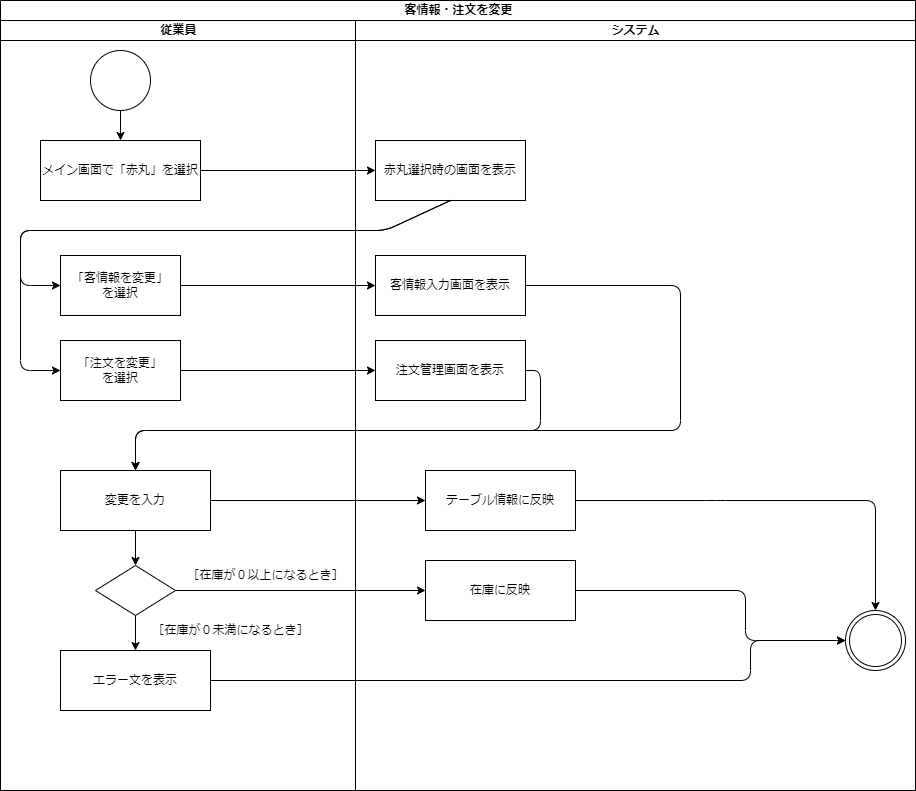
This is psp4/アクティビティ図/アクティビティ図_情報変更.drawio.png from MasakiHiguchi/---, a draw.io export, as it was before one commit. Source tidied: cells renumbered, new cells last; positions are measured from the earlier drawing's top-left corner, leaving out a move shared by most shapes. The source it was exported from:
```xml
<mxGraphModel>
  <root>
    <mxCell id="0" />
    <mxCell id="1" parent="0" />
    <mxCell id="2" value="客情報・注文を変更" style="swimlane;startSize=20;html=1;" parent="1" vertex="1">
      <mxGeometry width="915" height="790" as="geometry" />
    </mxCell>
    <mxCell id="3" value="従業員" style="swimlane;startSize=20;html=1;" parent="2" vertex="1">
      <mxGeometry y="20" width="355" height="770" as="geometry" />
    </mxCell>
    <mxCell id="4" style="ellipse;whiteSpace=wrap;html=1;" parent="3" vertex="1">
      <mxGeometry x="90" y="30" width="60" height="60" as="geometry" />
    </mxCell>
    <mxCell id="5" style="endArrow=classic;html=1;entryX=0.5;entryY=0;entryDx=0;entryDy=0;exitX=0.5;exitY=1;exitDx=0;exitDy=0;" parent="3" edge="1" source="4" target="6">
      <mxGeometry relative="1" as="geometry" />
    </mxCell>
    <mxCell id="6" value="メイン画面で「赤丸」を選択" style="rounded=0;whiteSpace=wrap;html=1;" parent="3" vertex="1">
      <mxGeometry x="40" y="120" width="160" height="60" as="geometry" />
    </mxCell>
    <mxCell id="7" value="「客情報を変更」&lt;br&gt;を選択" style="rounded=0;whiteSpace=wrap;html=1;" parent="3" vertex="1">
      <mxGeometry x="60" y="235" width="120" height="60" as="geometry" />
    </mxCell>
    <mxCell id="8" value="「注文を変更」&lt;br&gt;を選択" style="rounded=0;whiteSpace=wrap;html=1;" parent="3" vertex="1">
      <mxGeometry x="60" y="320" width="120" height="60" as="geometry" />
    </mxCell>
    <mxCell id="9" value="変更を入力" style="rounded=0;whiteSpace=wrap;html=1;" parent="3" vertex="1">
      <mxGeometry x="60" y="450" width="150" height="60" as="geometry" />
    </mxCell>
    <mxCell id="10" style="rhombus;whiteSpace=wrap;html=1;" parent="3" vertex="1">
      <mxGeometry x="95" y="545" width="80" height="50" as="geometry" />
    </mxCell>
    <mxCell id="11" style="edgeStyle=none;html=1;exitX=0.5;exitY=1;exitDx=0;exitDy=0;" parent="3" edge="1" source="9" target="10">
      <mxGeometry relative="1" as="geometry" />
    </mxCell>
    <mxCell id="12" value="［在庫が０以上になるとき］" style="text;html=1;align=center;verticalAlign=middle;strokeColor=none;fillColor=none;" parent="3" vertex="1">
      <mxGeometry x="175" y="540" width="180" height="30" as="geometry" />
    </mxCell>
    <mxCell id="13" value="エラー文を表示" style="rounded=0;whiteSpace=wrap;html=1;" parent="3" vertex="1">
      <mxGeometry x="60" y="630" width="150" height="60" as="geometry" />
    </mxCell>
    <mxCell id="14" style="edgeStyle=none;html=1;exitX=0.5;exitY=1;exitDx=0;exitDy=0;entryX=0.5;entryY=0;entryDx=0;entryDy=0;" parent="3" edge="1" source="10" target="13">
      <mxGeometry relative="1" as="geometry" />
    </mxCell>
    <mxCell id="15" value="［在庫が０未満になるとき］" style="text;html=1;align=center;verticalAlign=middle;strokeColor=none;fillColor=none;" parent="3" vertex="1">
      <mxGeometry x="140" y="595" width="180" height="30" as="geometry" />
    </mxCell>
    <mxCell id="16" value="システム" style="swimlane;startSize=20;html=1;" parent="2" vertex="1">
      <mxGeometry x="355" y="20" width="560" height="770" as="geometry" />
    </mxCell>
    <mxCell id="17" style="ellipse;shape=doubleEllipse;whiteSpace=wrap;html=1;" parent="16" vertex="1">
      <mxGeometry x="490" y="590" width="60" height="60" as="geometry" />
    </mxCell>
    <mxCell id="18" value="赤丸選択時の画面を表示" style="rounded=0;whiteSpace=wrap;html=1;" parent="16" vertex="1">
      <mxGeometry x="20" y="120" width="150" height="60" as="geometry" />
    </mxCell>
    <mxCell id="19" value="客情報入力画面を表示" style="rounded=0;whiteSpace=wrap;html=1;" parent="16" vertex="1">
      <mxGeometry x="20" y="235" width="150" height="60" as="geometry" />
    </mxCell>
    <mxCell id="20" value="注文管理画面を表示" style="rounded=0;whiteSpace=wrap;html=1;" parent="16" vertex="1">
      <mxGeometry x="20" y="320" width="150" height="60" as="geometry" />
    </mxCell>
    <mxCell id="21" style="edgeStyle=none;html=1;exitX=1;exitY=0.5;exitDx=0;exitDy=0;entryX=0.5;entryY=0;entryDx=0;entryDy=0;" parent="16" edge="1" source="22" target="17">
      <mxGeometry relative="1" as="geometry">
        <Array as="points">
          <mxPoint x="360" y="480" />
          <mxPoint x="520" y="480" />
        </Array>
      </mxGeometry>
    </mxCell>
    <mxCell id="22" value="テーブル情報に反映" style="rounded=0;whiteSpace=wrap;html=1;" parent="16" vertex="1">
      <mxGeometry x="70" y="450" width="150" height="60" as="geometry" />
    </mxCell>
    <mxCell id="23" style="edgeStyle=none;html=1;exitX=1;exitY=0.5;exitDx=0;exitDy=0;entryX=0;entryY=0.5;entryDx=0;entryDy=0;" parent="16" edge="1" source="24" target="17">
      <mxGeometry relative="1" as="geometry">
        <Array as="points">
          <mxPoint x="390" y="570" />
          <mxPoint x="390" y="620" />
        </Array>
      </mxGeometry>
    </mxCell>
    <mxCell id="24" value="在庫に反映" style="rounded=0;whiteSpace=wrap;html=1;" parent="16" vertex="1">
      <mxGeometry x="70" y="540" width="150" height="60" as="geometry" />
    </mxCell>
    <mxCell id="25" style="edgeStyle=none;html=1;exitX=1;exitY=0.5;exitDx=0;exitDy=0;entryX=0;entryY=0.5;entryDx=0;entryDy=0;" parent="2" edge="1" source="6" target="18">
      <mxGeometry relative="1" as="geometry" />
    </mxCell>
    <mxCell id="26" style="edgeStyle=none;html=1;exitX=0.5;exitY=1;exitDx=0;exitDy=0;entryX=0;entryY=0.5;entryDx=0;entryDy=0;" parent="2" edge="1" source="18" target="7">
      <mxGeometry relative="1" as="geometry">
        <Array as="points">
          <mxPoint x="385" y="230" />
          <mxPoint x="20" y="230" />
          <mxPoint x="20" y="285" />
        </Array>
      </mxGeometry>
    </mxCell>
    <mxCell id="27" style="edgeStyle=none;html=1;exitX=0.5;exitY=1;exitDx=0;exitDy=0;entryX=0;entryY=0.5;entryDx=0;entryDy=0;" parent="2" edge="1" source="18" target="8">
      <mxGeometry relative="1" as="geometry">
        <Array as="points">
          <mxPoint x="385" y="230" />
          <mxPoint x="20" y="230" />
          <mxPoint x="20" y="370" />
        </Array>
      </mxGeometry>
    </mxCell>
    <mxCell id="28" style="edgeStyle=none;html=1;exitX=1;exitY=0.5;exitDx=0;exitDy=0;entryX=0;entryY=0.5;entryDx=0;entryDy=0;" parent="2" edge="1" source="7" target="19">
      <mxGeometry relative="1" as="geometry" />
    </mxCell>
    <mxCell id="29" style="edgeStyle=none;html=1;exitX=1;exitY=0.5;exitDx=0;exitDy=0;entryX=0;entryY=0.5;entryDx=0;entryDy=0;" parent="2" edge="1" source="8" target="20">
      <mxGeometry relative="1" as="geometry" />
    </mxCell>
    <mxCell id="30" style="edgeStyle=none;html=1;exitX=1;exitY=0.5;exitDx=0;exitDy=0;entryX=0.5;entryY=0;entryDx=0;entryDy=0;" parent="2" edge="1" source="19" target="9">
      <mxGeometry relative="1" as="geometry">
        <Array as="points">
          <mxPoint x="680" y="285" />
          <mxPoint x="680" y="430" />
          <mxPoint x="135" y="430" />
        </Array>
      </mxGeometry>
    </mxCell>
    <mxCell id="31" style="edgeStyle=none;html=1;exitX=1;exitY=0.5;exitDx=0;exitDy=0;entryX=0.5;entryY=0;entryDx=0;entryDy=0;" parent="2" edge="1" source="20" target="9">
      <mxGeometry relative="1" as="geometry">
        <Array as="points">
          <mxPoint x="540" y="370" />
          <mxPoint x="540" y="430" />
          <mxPoint x="135" y="430" />
        </Array>
      </mxGeometry>
    </mxCell>
    <mxCell id="32" style="edgeStyle=none;html=1;exitX=1;exitY=0.5;exitDx=0;exitDy=0;entryX=0;entryY=0.5;entryDx=0;entryDy=0;" parent="2" edge="1" source="9" target="22">
      <mxGeometry relative="1" as="geometry" />
    </mxCell>
    <mxCell id="33" style="edgeStyle=none;html=1;exitX=1;exitY=0.5;exitDx=0;exitDy=0;entryX=0;entryY=0.5;entryDx=0;entryDy=0;" parent="2" edge="1" source="10" target="24">
      <mxGeometry relative="1" as="geometry" />
    </mxCell>
    <mxCell id="34" style="edgeStyle=none;html=1;exitX=1;exitY=0.5;exitDx=0;exitDy=0;entryX=0;entryY=0.5;entryDx=0;entryDy=0;" parent="2" edge="1" source="13" target="17">
      <mxGeometry relative="1" as="geometry">
        <Array as="points">
          <mxPoint x="750" y="680" />
          <mxPoint x="750" y="640" />
        </Array>
      </mxGeometry>
    </mxCell>
  </root>
</mxGraphModel>
```
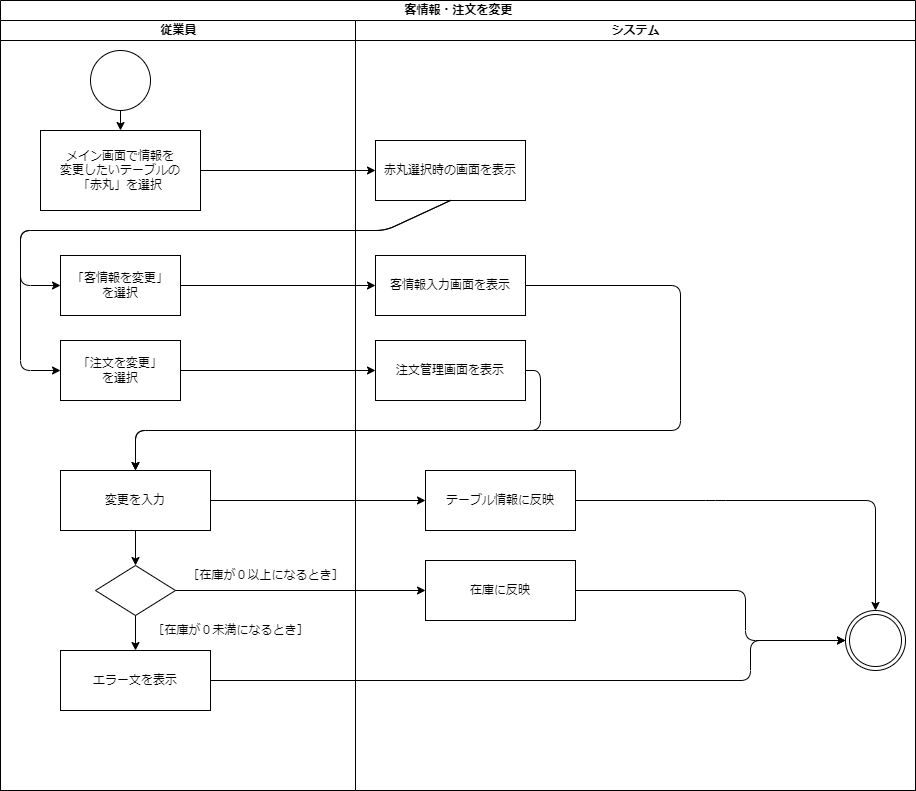
After the commit.

Diff of the diagram source:
```diff
@@ -14,8 +14,8 @@
     <mxCell id="5" style="endArrow=classic;html=1;entryX=0.5;entryY=0;entryDx=0;entryDy=0;exitX=0.5;exitY=1;exitDx=0;exitDy=0;" parent="3" edge="1" source="4" target="6">
       <mxGeometry relative="1" as="geometry" />
     </mxCell>
-    <mxCell id="6" value="メイン画面で「赤丸」を選択" style="rounded=0;whiteSpace=wrap;html=1;" parent="3" vertex="1">
-      <mxGeometry x="40" y="120" width="160" height="60" as="geometry" />
+    <mxCell id="6" value="メイン画面で情報を&lt;br&gt;変更したいテーブルの&lt;br&gt;「赤丸」を選択" style="rounded=0;whiteSpace=wrap;html=1;" parent="3" vertex="1">
+      <mxGeometry x="40" y="110" width="160" height="80" as="geometry" />
     </mxCell>
     <mxCell id="7" value="「客情報を変更」&lt;br&gt;を選択" style="rounded=0;whiteSpace=wrap;html=1;" parent="3" vertex="1">
       <mxGeometry x="60" y="235" width="120" height="60" as="geometry" />
```
